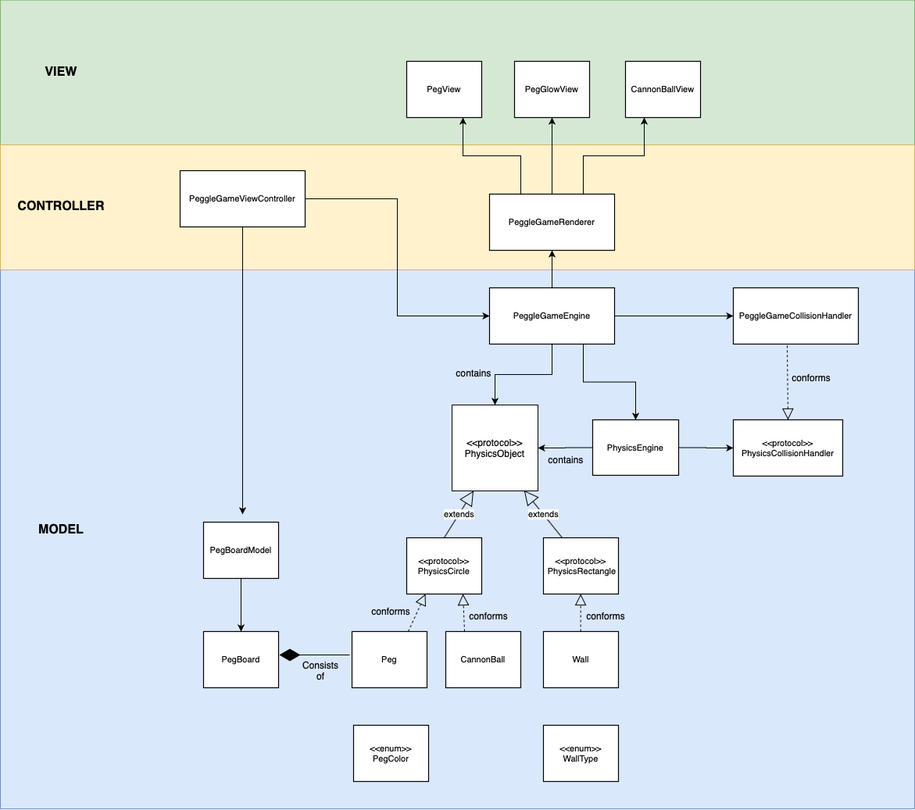
Before: images/Class Diagram.png, a diagram exported from draw.io (agendazhang/Peggle). Source tidied: cells renumbered, new cells last; positions are measured from the earlier drawing's top-left corner, leaving out a move shared by most shapes.
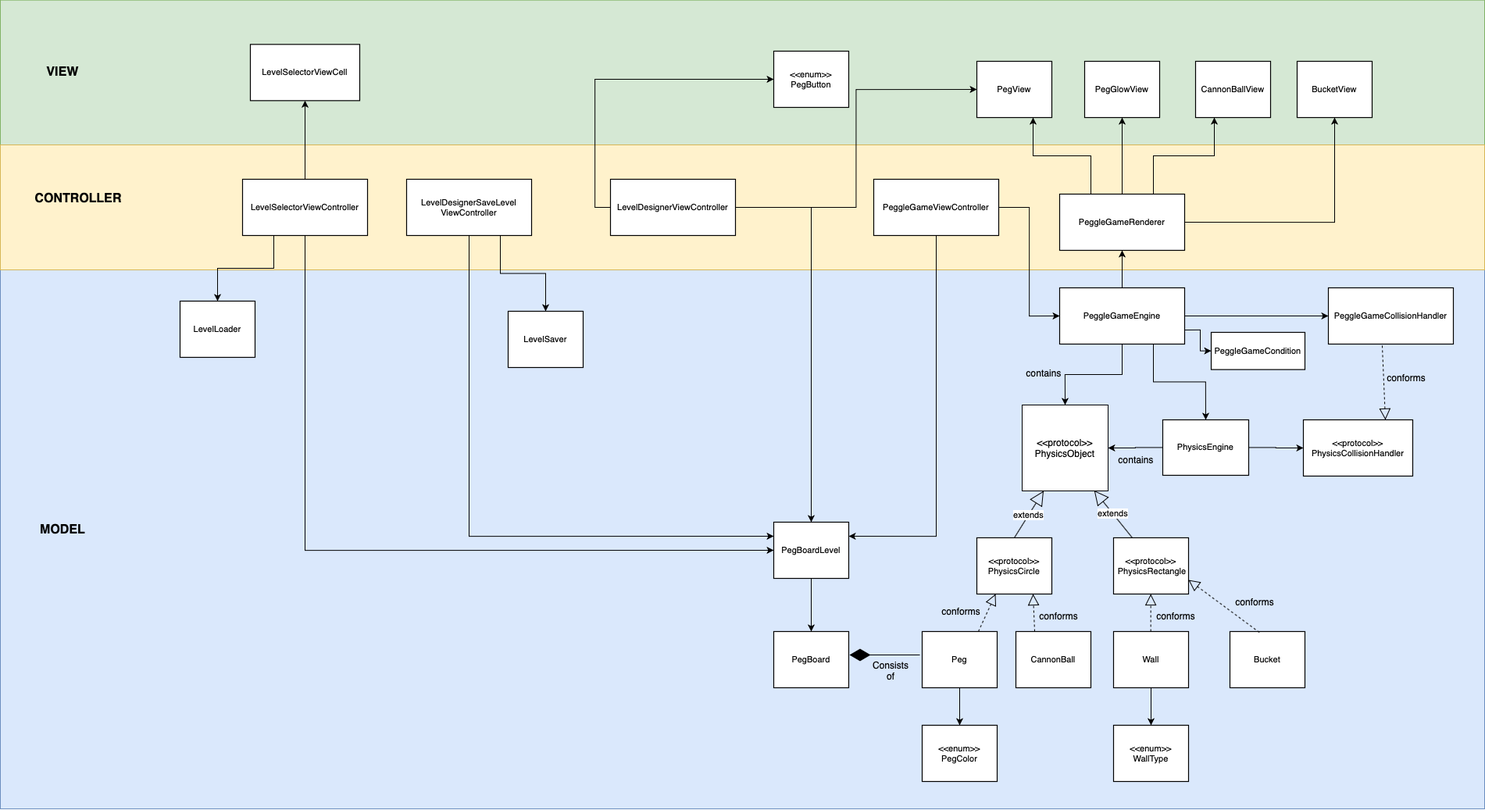
After the commit.

Commit message:
Update class diagram

Diff of the diagram source:
```diff
@@ -3,20 +3,26 @@
     <mxCell id="0" />
     <mxCell id="1" parent="0" />
     <mxCell id="2" style="rounded=0;whiteSpace=wrap;html=1;fillColor=#dae8fc;strokeColor=#6c8ebf;" parent="1" vertex="1">
-      <mxGeometry y="345" width="1170" height="690" as="geometry" />
+      <mxGeometry x="-730" y="345" width="1900" height="690" as="geometry" />
     </mxCell>
     <mxCell id="3" style="rounded=0;whiteSpace=wrap;html=1;fillColor=#d5e8d4;strokeColor=#82b366;" parent="1" vertex="1">
-      <mxGeometry y="-0.3" width="1170" height="185.3" as="geometry" />
+      <mxGeometry x="-730" y="-0.3" width="1900" height="185.3" as="geometry" />
     </mxCell>
     <mxCell id="4" style="rounded=0;whiteSpace=wrap;html=1;fillColor=#fff2cc;strokeColor=#d6b656;" parent="1" vertex="1">
-      <mxGeometry y="185" width="1170" height="160" as="geometry" />
+      <mxGeometry x="-730" y="185" width="1900" height="160" as="geometry" />
     </mxCell>
+    <mxCell id="53" style="edgeStyle=orthogonalEdgeStyle;rounded=0;jettySize=auto;html=1;entryX=0.5;entryY=0;entryDx=0;entryDy=0;" parent="1" edge="1" source="5" target="48">
+      <mxGeometry relative="1" as="geometry" />
+    </mxCell>
     <mxCell id="5" value="Peg" style="html=1;whiteSpace=wrap;fontSize=11;fontColor=#000000;spacing=5;strokeOpacity=100;strokeWidth=1.2;" parent="1" vertex="1">
       <mxGeometry x="450" y="808" width="96" height="72" as="geometry" />
     </mxCell>
     <mxCell id="6" value="&amp;lt;&amp;lt;protocol&amp;gt;&amp;gt;&lt;br&gt;PhysicsCircle" style="html=1;whiteSpace=wrap;fontSize=11;fontColor=#000000;spacing=5;strokeOpacity=100;strokeWidth=1.2;" parent="1" vertex="1">
       <mxGeometry x="520" y="688" width="96" height="72" as="geometry" />
     </mxCell>
+    <mxCell id="54" style="edgeStyle=orthogonalEdgeStyle;rounded=0;jettySize=auto;html=1;exitX=0.5;exitY=1;exitDx=0;exitDy=0;entryX=0.5;entryY=0;entryDx=0;entryDy=0;" parent="1" edge="1" source="7" target="49">
+      <mxGeometry relative="1" as="geometry" />
+    </mxCell>
     <mxCell id="7" value="Wall" style="html=1;whiteSpace=wrap;fontSize=11;fontColor=#000000;spacing=5;strokeOpacity=100;strokeWidth=1.2;" parent="1" vertex="1">
       <mxGeometry x="695" y="808" width="96" height="72" as="geometry" />
     </mxCell>
@@ -53,7 +59,7 @@
     <mxCell id="16" value="Consists&lt;br&gt;of" style="text;html=1;strokeColor=none;fillColor=none;align=center;verticalAlign=middle;whiteSpace=wrap;rounded=0;" parent="1" vertex="1">
       <mxGeometry x="390" y="848" width="40" height="20" as="geometry" />
     </mxCell>
-    <mxCell id="17" value="PegBoardModel" style="html=1;whiteSpace=wrap;fontSize=11;fontColor=#000000;spacing=5;strokeOpacity=100;strokeWidth=1.2;" parent="1" vertex="1">
+    <mxCell id="17" value="PegBoardLevel" style="html=1;whiteSpace=wrap;fontSize=11;fontColor=#000000;spacing=5;strokeOpacity=100;strokeWidth=1.2;" parent="1" vertex="1">
       <mxGeometry x="260" y="668" width="96" height="72" as="geometry" />
     </mxCell>
     <mxCell id="18" style="endArrow=classic;html=1;exitX=0.5;exitY=1;exitDx=0;exitDy=0;entryX=0.5;entryY=0;entryDx=0;entryDy=0;" parent="1" edge="1" source="17" target="15">
@@ -65,16 +71,14 @@
     <mxCell id="20" value="conforms" style="text;html=1;strokeColor=none;fillColor=none;align=center;verticalAlign=middle;whiteSpace=wrap;rounded=0;" parent="1" vertex="1">
       <mxGeometry x="755" y="778" width="40" height="20" as="geometry" />
     </mxCell>
-    <mxCell id="21" style="edgeStyle=orthogonalEdgeStyle;rounded=0;jettySize=auto;html=1;" parent="1" edge="1" source="23">
-      <mxGeometry relative="1" as="geometry">
-        <mxPoint x="310" y="658" as="targetPoint" />
-      </mxGeometry>
-    </mxCell>
     <mxCell id="22" style="edgeStyle=orthogonalEdgeStyle;rounded=0;jettySize=auto;html=1;exitX=1;exitY=0.5;exitDx=0;exitDy=0;entryX=0;entryY=0.5;entryDx=0;entryDy=0;" parent="1" edge="1" source="23" target="28">
       <mxGeometry relative="1" as="geometry" />
     </mxCell>
+    <mxCell id="55" style="edgeStyle=orthogonalEdgeStyle;rounded=0;jettySize=auto;html=1;exitX=0.5;exitY=1;exitDx=0;exitDy=0;entryX=1;entryY=0.25;entryDx=0;entryDy=0;" parent="1" edge="1" source="23" target="17">
+      <mxGeometry relative="1" as="geometry" />
+    </mxCell>
     <mxCell id="23" value="PeggleGameViewController" style="html=1;whiteSpace=wrap;fontSize=11;fontColor=#000000;spacing=5;strokeOpacity=100;strokeWidth=1.2;" parent="1" vertex="1">
-      <mxGeometry x="230" y="218" width="160" height="72" as="geometry" />
+      <mxGeometry x="388" y="229" width="160" height="72" as="geometry" />
     </mxCell>
     <mxCell id="24" style="edgeStyle=orthogonalEdgeStyle;rounded=0;jettySize=auto;html=1;entryX=0.5;entryY=0;entryDx=0;entryDy=0;" parent="1" edge="1" source="28" target="9">
       <mxGeometry relative="1" as="geometry" />
@@ -88,6 +92,9 @@
     <mxCell id="27" style="edgeStyle=orthogonalEdgeStyle;rounded=0;jettySize=auto;html=1;entryX=0.5;entryY=1;entryDx=0;entryDy=0;" parent="1" edge="1" source="28" target="43">
       <mxGeometry relative="1" as="geometry" />
     </mxCell>
+    <mxCell id="56" style="edgeStyle=orthogonalEdgeStyle;rounded=0;jettySize=auto;html=1;exitX=1;exitY=0.75;exitDx=0;exitDy=0;" parent="1" edge="1" source="28" target="73">
+      <mxGeometry relative="1" as="geometry" />
+    </mxCell>
     <mxCell id="28" value="PeggleGameEngine" style="html=1;whiteSpace=wrap;fontSize=11;fontColor=#000000;spacing=5;strokeOpacity=100;strokeWidth=1.2;" parent="1" vertex="1">
       <mxGeometry x="626" y="368" width="160" height="72" as="geometry" />
     </mxCell>
@@ -104,13 +111,13 @@
       <mxGeometry x="938" y="537" width="140" height="72" as="geometry" />
     </mxCell>
     <mxCell id="33" value="PeggleGameCollisionHandler" style="html=1;whiteSpace=wrap;fontSize=11;fontColor=#000000;spacing=5;strokeOpacity=100;strokeWidth=1.2;" parent="1" vertex="1">
-      <mxGeometry x="938" y="368" width="160" height="72" as="geometry" />
+      <mxGeometry x="970" y="368" width="160" height="72" as="geometry" />
     </mxCell>
-    <mxCell id="34" style="endArrow=block;dashed=1;endFill=0;endSize=12;html=1;entryX=0.5;entryY=0;entryDx=0;entryDy=0;exitX=0.431;exitY=1.027;exitDx=0;exitDy=0;exitPerimeter=0;" parent="1" edge="1" source="33" target="32">
+    <mxCell id="34" style="endArrow=block;dashed=1;endFill=0;endSize=12;html=1;entryX=0.75;entryY=0;entryDx=0;entryDy=0;exitX=0.431;exitY=1.027;exitDx=0;exitDy=0;exitPerimeter=0;" parent="1" edge="1" source="33" target="32">
       <mxGeometry relative="1" as="geometry" />
     </mxCell>
     <mxCell id="35" value="conforms" style="text;html=1;strokeColor=none;fillColor=none;align=center;verticalAlign=middle;whiteSpace=wrap;rounded=0;" parent="1" vertex="1">
-      <mxGeometry x="1018" y="472.7" width="40" height="20" as="geometry" />
+      <mxGeometry x="1050" y="472.7" width="40" height="20" as="geometry" />
     </mxCell>
     <mxCell id="36" value="CannonBall" style="html=1;whiteSpace=wrap;fontSize=11;fontColor=#000000;spacing=5;strokeOpacity=100;strokeWidth=1.2;" parent="1" vertex="1">
       <mxGeometry x="570" y="808" width="96" height="72" as="geometry" />
@@ -133,6 +140,9 @@
     <mxCell id="42" style="edgeStyle=orthogonalEdgeStyle;rounded=0;jettySize=auto;html=1;entryX=0.5;entryY=1;entryDx=0;entryDy=0;" parent="1" edge="1" source="43" target="40">
       <mxGeometry relative="1" as="geometry" />
     </mxCell>
+    <mxCell id="57" style="edgeStyle=orthogonalEdgeStyle;rounded=0;jettySize=auto;html=1;exitX=1;exitY=0.5;exitDx=0;exitDy=0;" parent="1" edge="1" source="43" target="77">
+      <mxGeometry relative="1" as="geometry" />
+    </mxCell>
     <mxCell id="43" value="PeggleGameRenderer" style="html=1;whiteSpace=wrap;fontSize=11;fontColor=#000000;spacing=5;strokeOpacity=100;strokeWidth=1.2;" parent="1" vertex="1">
       <mxGeometry x="626" y="248" width="160" height="72" as="geometry" />
     </mxCell>
@@ -149,19 +159,79 @@
       <mxGeometry x="586" y="466.7" width="40" height="20" as="geometry" />
     </mxCell>
     <mxCell id="48" value="&amp;lt;&amp;lt;enum&amp;gt;&amp;gt;&lt;br&gt;PegColor" style="html=1;whiteSpace=wrap;fontSize=11;fontColor=#000000;spacing=5;strokeOpacity=100;strokeWidth=1.2;" parent="1" vertex="1">
-      <mxGeometry x="452" y="928" width="96" height="72" as="geometry" />
+      <mxGeometry x="450" y="928" width="96" height="72" as="geometry" />
     </mxCell>
     <mxCell id="49" value="&amp;lt;&amp;lt;enum&amp;gt;&amp;gt;&lt;br&gt;WallType" style="html=1;whiteSpace=wrap;fontSize=11;fontColor=#000000;spacing=5;strokeOpacity=100;strokeWidth=1.2;" parent="1" vertex="1">
       <mxGeometry x="695" y="928" width="96" height="72" as="geometry" />
     </mxCell>
     <mxCell id="50" value="&lt;b&gt;&lt;font style=&quot;font-size: 16px&quot;&gt;CONTROLLER&lt;/font&gt;&lt;/b&gt;" style="text;html=1;strokeColor=none;fillColor=none;align=center;verticalAlign=middle;whiteSpace=wrap;rounded=0;" parent="1" vertex="1">
-      <mxGeometry x="58" y="254" width="40" height="20" as="geometry" />
+      <mxGeometry x="-650" y="244" width="40" height="20" as="geometry" />
     </mxCell>
     <mxCell id="51" value="&lt;b&gt;&lt;font style=&quot;font-size: 16px&quot;&gt;VIEW&lt;/font&gt;&lt;/b&gt;" style="text;html=1;strokeColor=none;fillColor=none;align=center;verticalAlign=middle;whiteSpace=wrap;rounded=0;" parent="1" vertex="1">
-      <mxGeometry x="58" y="82.3" width="40" height="20" as="geometry" />
+      <mxGeometry x="-670" y="82.3" width="40" height="20" as="geometry" />
     </mxCell>
     <mxCell id="52" value="&lt;b&gt;&lt;font style=&quot;font-size: 16px&quot;&gt;MODEL&lt;/font&gt;&lt;/b&gt;" style="text;html=1;strokeColor=none;fillColor=none;align=center;verticalAlign=middle;whiteSpace=wrap;rounded=0;" parent="1" vertex="1">
-      <mxGeometry x="58" y="668" width="40" height="20" as="geometry" />
+      <mxGeometry x="-670" y="668" width="40" height="20" as="geometry" />
     </mxCell>
+    <mxCell id="58" style="edgeStyle=orthogonalEdgeStyle;rounded=0;jettySize=auto;html=1;entryX=0.5;entryY=0;entryDx=0;entryDy=0;" parent="1" edge="1" source="61" target="17">
+      <mxGeometry relative="1" as="geometry" />
+    </mxCell>
+    <mxCell id="59" style="edgeStyle=orthogonalEdgeStyle;rounded=0;jettySize=auto;html=1;exitX=0;exitY=0.5;exitDx=0;exitDy=0;entryX=0;entryY=0.5;entryDx=0;entryDy=0;" parent="1" edge="1" source="61" target="69">
+      <mxGeometry relative="1" as="geometry" />
+    </mxCell>
+    <mxCell id="60" style="edgeStyle=orthogonalEdgeStyle;rounded=0;jettySize=auto;html=1;entryX=0;entryY=0.5;entryDx=0;entryDy=0;" parent="1" edge="1" source="61" target="39">
+      <mxGeometry relative="1" as="geometry" />
+    </mxCell>
+    <mxCell id="61" value="LevelDesignerViewController" style="html=1;whiteSpace=wrap;fontSize=11;fontColor=#000000;spacing=5;strokeOpacity=100;strokeWidth=1.2;" parent="1" vertex="1">
+      <mxGeometry x="51" y="229" width="160" height="72" as="geometry" />
+    </mxCell>
+    <mxCell id="62" style="edgeStyle=orthogonalEdgeStyle;rounded=0;jettySize=auto;html=1;exitX=0.5;exitY=1;exitDx=0;exitDy=0;entryX=0;entryY=0.25;entryDx=0;entryDy=0;" parent="1" edge="1" source="64" target="17">
+      <mxGeometry relative="1" as="geometry" />
+    </mxCell>
+    <mxCell id="63" style="edgeStyle=orthogonalEdgeStyle;rounded=0;jettySize=auto;html=1;exitX=0.75;exitY=1;exitDx=0;exitDy=0;entryX=0.5;entryY=0;entryDx=0;entryDy=0;" parent="1" edge="1" source="64" target="71">
+      <mxGeometry relative="1" as="geometry" />
+    </mxCell>
+    <mxCell id="64" value="LevelDesignerSaveLevel&lt;br&gt;ViewController" style="html=1;whiteSpace=wrap;fontSize=11;fontColor=#000000;spacing=5;strokeOpacity=100;strokeWidth=1.2;" parent="1" vertex="1">
+      <mxGeometry x="-210" y="229" width="160" height="72" as="geometry" />
+    </mxCell>
+    <mxCell id="65" style="edgeStyle=orthogonalEdgeStyle;rounded=0;jettySize=auto;html=1;exitX=0.5;exitY=1;exitDx=0;exitDy=0;entryX=0;entryY=0.5;entryDx=0;entryDy=0;" parent="1" edge="1" source="68" target="17">
+      <mxGeometry relative="1" as="geometry" />
+    </mxCell>
+    <mxCell id="66" style="edgeStyle=orthogonalEdgeStyle;rounded=0;jettySize=auto;html=1;" parent="1" edge="1" source="68" target="70">
+      <mxGeometry relative="1" as="geometry" />
+    </mxCell>
+    <mxCell id="67" style="edgeStyle=orthogonalEdgeStyle;rounded=0;jettySize=auto;html=1;exitX=0.25;exitY=1;exitDx=0;exitDy=0;entryX=0.5;entryY=0;entryDx=0;entryDy=0;" parent="1" edge="1" source="68" target="72">
+      <mxGeometry relative="1" as="geometry" />
+    </mxCell>
+    <mxCell id="68" value="LevelSelectorViewController" style="html=1;whiteSpace=wrap;fontSize=11;fontColor=#000000;spacing=5;strokeOpacity=100;strokeWidth=1.2;" parent="1" vertex="1">
+      <mxGeometry x="-420" y="229" width="160" height="72" as="geometry" />
+    </mxCell>
+    <mxCell id="69" value="&amp;lt;&amp;lt;enum&amp;gt;&amp;gt;&lt;br&gt;PegButton" style="html=1;whiteSpace=wrap;fontSize=11;fontColor=#000000;spacing=5;strokeOpacity=100;strokeWidth=1.2;" parent="1" vertex="1">
+      <mxGeometry x="260" y="65" width="96" height="72" as="geometry" />
+    </mxCell>
+    <mxCell id="70" value="LevelSelectorViewCell" style="html=1;whiteSpace=wrap;fontSize=11;fontColor=#000000;spacing=5;strokeOpacity=100;strokeWidth=1.2;" parent="1" vertex="1">
+      <mxGeometry x="-410" y="56.3" width="140" height="72" as="geometry" />
+    </mxCell>
+    <mxCell id="71" value="LevelSaver" style="html=1;whiteSpace=wrap;fontSize=11;fontColor=#000000;spacing=5;strokeOpacity=100;strokeWidth=1.2;" parent="1" vertex="1">
+      <mxGeometry x="-80" y="398" width="96" height="72" as="geometry" />
+    </mxCell>
+    <mxCell id="72" value="LevelLoader" style="html=1;whiteSpace=wrap;fontSize=11;fontColor=#000000;spacing=5;strokeOpacity=100;strokeWidth=1.2;" parent="1" vertex="1">
+      <mxGeometry x="-500" y="385" width="96" height="72" as="geometry" />
+    </mxCell>
+    <mxCell id="73" value="PeggleGameCondition" style="html=1;whiteSpace=wrap;fontSize=11;fontColor=#000000;spacing=5;strokeOpacity=100;strokeWidth=1.2;" parent="1" vertex="1">
+      <mxGeometry x="820" y="425" width="120" height="47.6" as="geometry" />
+    </mxCell>
+    <mxCell id="74" value="Bucket" style="html=1;whiteSpace=wrap;fontSize=11;fontColor=#000000;spacing=5;strokeOpacity=100;strokeWidth=1.2;" parent="1" vertex="1">
+      <mxGeometry x="844" y="808" width="96" height="72" as="geometry" />
+    </mxCell>
+    <mxCell id="75" style="endArrow=block;dashed=1;endFill=0;endSize=12;html=1;exitX=0.393;exitY=0.016;exitDx=0;exitDy=0;entryX=1;entryY=0.75;entryDx=0;entryDy=0;exitPerimeter=0;" parent="1" edge="1" source="74" target="8">
+      <mxGeometry relative="1" as="geometry" />
+    </mxCell>
+    <mxCell id="76" value="conforms" style="text;html=1;strokeColor=none;fillColor=none;align=center;verticalAlign=middle;whiteSpace=wrap;rounded=0;" parent="1" vertex="1">
+      <mxGeometry x="856" y="760" width="40" height="20" as="geometry" />
+    </mxCell>
+    <mxCell id="77" value="BucketView" style="html=1;whiteSpace=wrap;fontSize=11;fontColor=#000000;spacing=5;strokeOpacity=100;strokeWidth=1.2;" parent="1" vertex="1">
+      <mxGeometry x="930" y="78" width="96" height="72" as="geometry" />
+    </mxCell>
   </root>
 </mxGraphModel>
```
